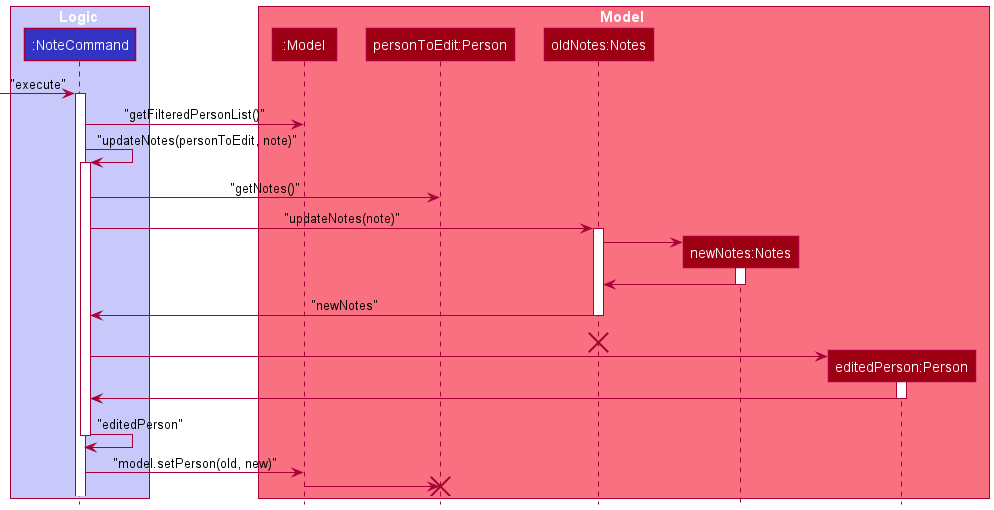
Before: docs/images/NoteSequenceExecution.png, a diagram exported from PlantUML (weijuey/tp).
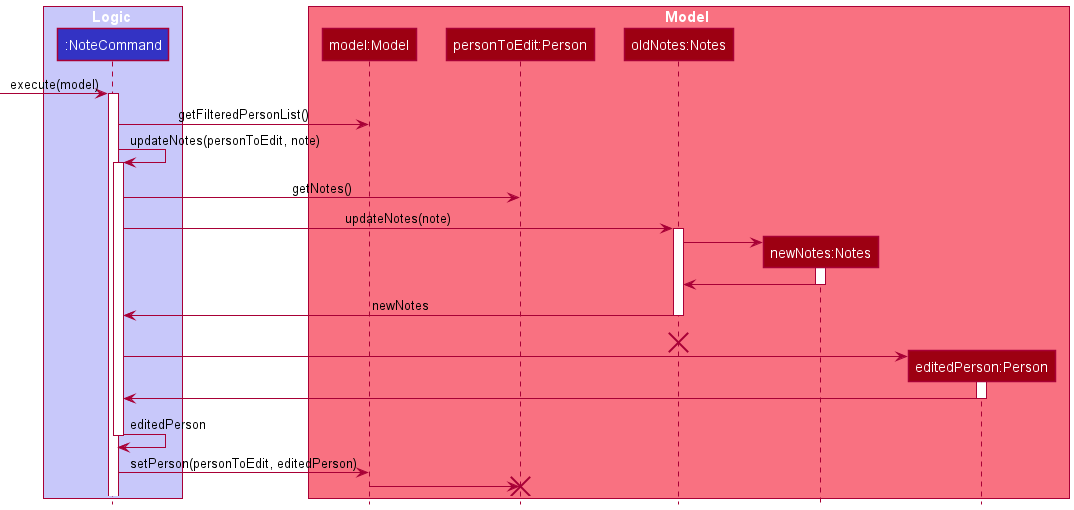
Later version of the same file.

Commit message:
Correct mistakes in note sequence diagram

Change to the diagram source:
```diff
@@ -6,31 +6,31 @@
 end box
 
 Box Model MODEL_COLOR_T1
-participant ":Model" as Model MODEL_COLOR
+participant "model:Model" as Model MODEL_COLOR
 participant "personToEdit:Person" as OldPerson MODEL_COLOR
 participant "oldNotes:Notes" as OldNotes MODEL_COLOR
 participant "newNotes:Notes" as NewNotes MODEL_COLOR
 participant "editedPerson:Person" as NewPerson MODEL_COLOR
 end box
 
-[-> NoteCommand : "execute"
+[-> NoteCommand : execute(model)
 activate NoteCommand
 
-NoteCommand -> Model : "getFilteredPersonList()"
+NoteCommand -> Model : getFilteredPersonList()
 
-NoteCommand -> NoteCommand : "updateNotes(personToEdit, note)"
+NoteCommand -> NoteCommand : updateNotes(personToEdit, note)
 activate NoteCommand
 
-NoteCommand -> OldPerson : "getNotes()"
+NoteCommand -> OldPerson : getNotes()
 
-NoteCommand -> OldNotes : "updateNotes(note)"
+NoteCommand -> OldNotes : updateNotes(note)
 activate OldNotes
 create NewNotes
 OldNotes -> NewNotes
 activate NewNotes
 NewNotes -> OldNotes
 deactivate NewNotes
-OldNotes -> NoteCommand : "newNotes"
+OldNotes -> NoteCommand : newNotes
 deactivate OldNotes
 OldNotes -[hidden]-> OldNotes
 destroy OldNotes
@@ -40,10 +40,10 @@
 activate NewPerson
 NewPerson -> NoteCommand
 deactivate NewPerson
-NoteCommand -> NoteCommand : "editedPerson"
+NoteCommand -> NoteCommand : editedPerson
 deactivate NoteCommand
 
-NoteCommand -> Model : "model.setPerson(old, new)"
+NoteCommand -> Model : setPerson(personToEdit, editedPerson)
 
 Model -> OldPerson
 destroy OldPerson
```
